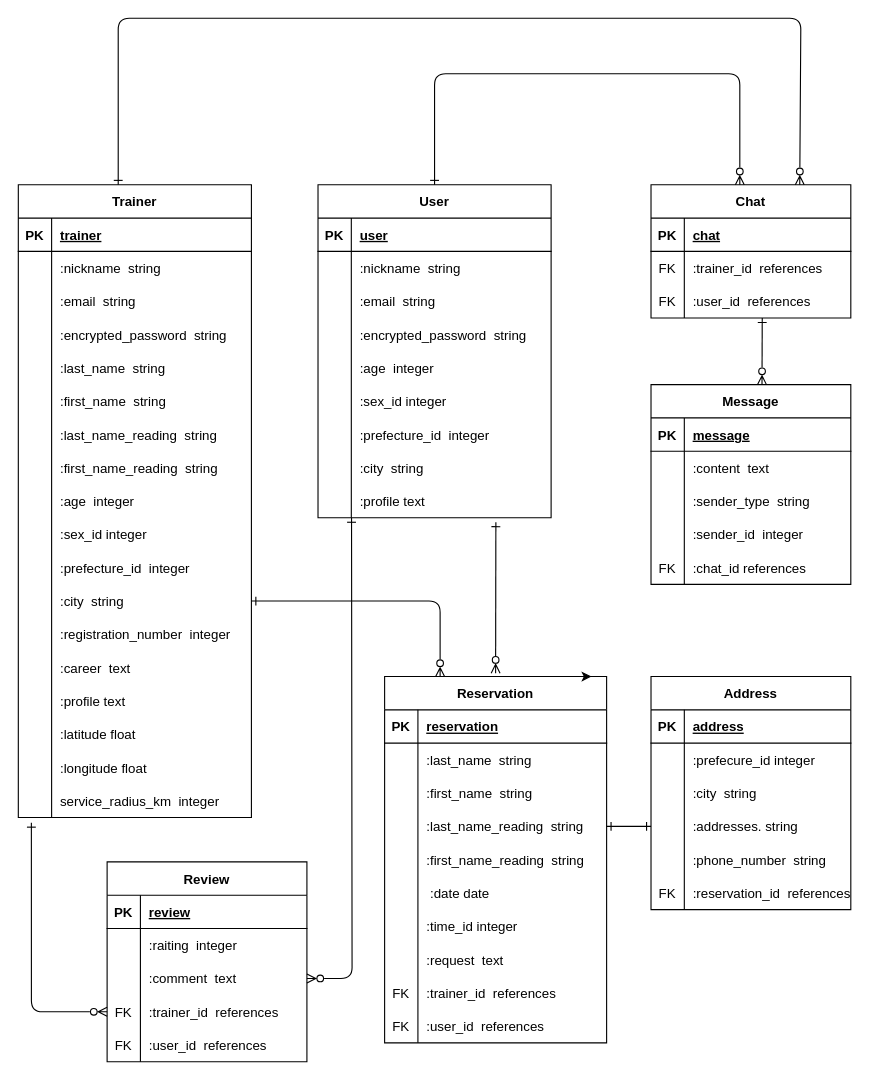
Above: page "ページ1" (1 of 2) of ER.dio in KaaiSato/physiofit-pro (draw.io), before the change. Source tidied: cells renumbered, new cells numbered last; positions are measured from the earlier drawing's top-left corner, leaving out a move shared by most shapes. Both pictures are drawn from the tidied source at 111%, with x=0, y=0 at pixel (18, 18).
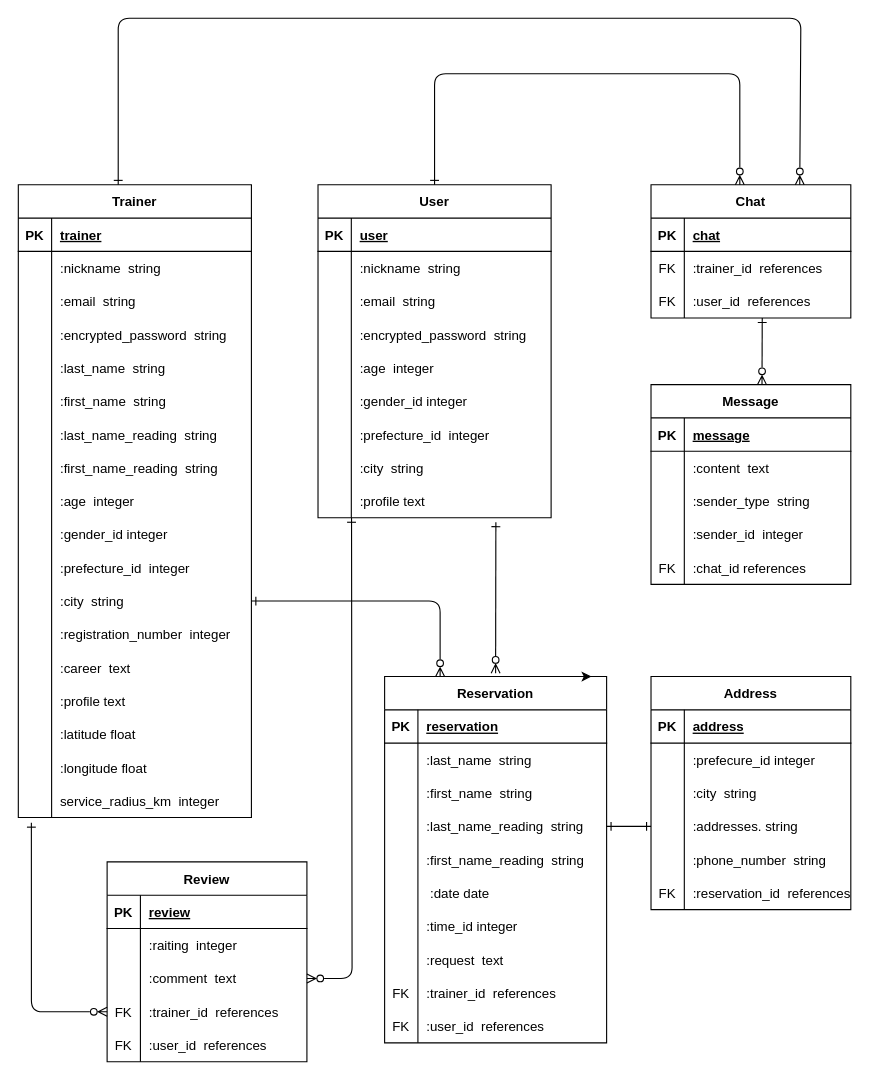
The same page after the edit.

Unchanged cells that the change refers to:
```xml
<mxCell id="33" style="shape=tableRow;horizontal=0;startSize=0;swimlaneHead=0;swimlaneBody=0;fillColor=none;top=0;left=0;right=0;bottom=0;" parent="5" vertex="1">
  <mxGeometry y="300" width="210" height="30" as="geometry" />
</mxCell>
<mxCell id="76" style="shape=tableRow;horizontal=0;startSize=0;swimlaneHead=0;swimlaneBody=0;fillColor=none;top=0;left=0;right=0;bottom=0;" parent="60" vertex="1">
  <mxGeometry y="180" width="210" height="30" as="geometry" />
</mxCell>
```

Diff of the diagram source:
```diff
@@
-    <mxCell id="35" value=":sex_id integer" style="shape=partialRectangle;fillColor=none;top=0;left=0;bottom=0;right=0;align=left;spacingLeft=6;overflow=hidden;" parent="33" vertex="1">
+    <mxCell id="35" value=":gender_id integer" style="shape=partialRectangle;fillColor=none;top=0;left=0;bottom=0;right=0;align=left;spacingLeft=6;overflow=hidden;" parent="33" vertex="1">
       <mxGeometry x="30" width="180" height="30" as="geometry" />
     </mxCell>
@@
-    <mxCell id="78" value=":sex_id integer" style="shape=partialRectangle;fillColor=none;top=0;left=0;bottom=0;right=0;align=left;spacingLeft=6;overflow=hidden;" parent="76" vertex="1">
+    <mxCell id="78" value=":gender_id integer" style="shape=partialRectangle;fillColor=none;top=0;left=0;bottom=0;right=0;align=left;spacingLeft=6;overflow=hidden;" parent="76" vertex="1">
       <mxGeometry x="30" width="180" height="30" as="geometry" />
     </mxCell>
```
